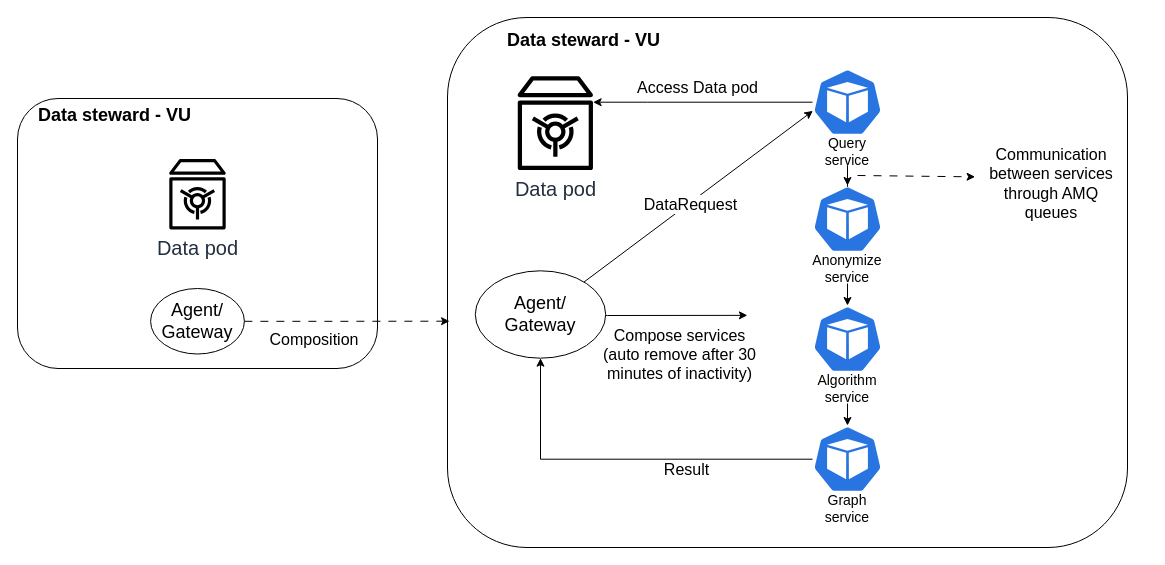
Earlier version of the draw.io diagram docs/drawio/system/System-detailed.drawio (Jorrit05/DYNAMOS). Source tidied: cells renumbered, new cells numbered last; positions are measured from the earlier drawing's top-left corner, leaving out a move shared by most shapes. Both pictures are drawn from the tidied source at 100%, with x=0, y=0 at pixel (17, 17).
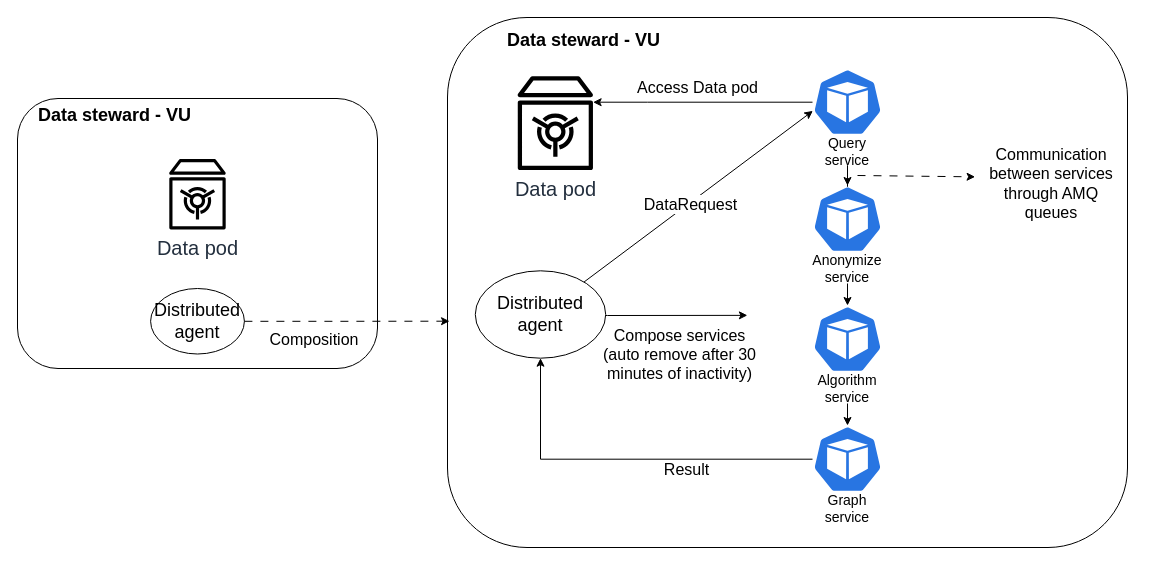
The same diagram, later.

Unchanged cells that the change refers to:
```xml
<mxCell id="2" style="group;" parent="1" vertex="1">
  <mxGeometry y="81" width="366.9" height="270" as="geometry" />
</mxCell>
<mxCell id="8" style="group;" parent="1" vertex="1">
  <mxGeometry x="430" width="700" height="530" as="geometry" />
</mxCell>
```

Change to the diagram source:
```diff
@@
-    <mxCell id="6" value="&lt;font style=&quot;font-size: 18px;&quot;&gt;Agent/&lt;br&gt;Gateway&lt;br&gt;&lt;/font&gt;" style="ellipse;whiteSpace=wrap;html=1;fontSize=18;" parent="2" vertex="1">
+    <mxCell id="6" value="&lt;font style=&quot;font-size: 18px;&quot;&gt;Distributed agent&lt;br&gt;&lt;/font&gt;" style="ellipse;whiteSpace=wrap;html=1;fontSize=18;" parent="2" vertex="1">
       <mxGeometry x="133.1" y="190" width="93.8" height="65.5" as="geometry" />
     </mxCell>
@@
-    <mxCell id="16" value="&lt;font style=&quot;font-size: 18px;&quot;&gt;Agent/&lt;br&gt;Gateway&lt;br&gt;&lt;/font&gt;" style="ellipse;whiteSpace=wrap;html=1;fontSize=18;" parent="8" vertex="1">
+    <mxCell id="16" value="&lt;font style=&quot;font-size: 18px;&quot;&gt;Distributed agent&lt;br&gt;&lt;/font&gt;" style="ellipse;whiteSpace=wrap;html=1;fontSize=18;" parent="8" vertex="1">
       <mxGeometry x="27.8" y="253.3" width="130.4" height="87.4" as="geometry" />
     </mxCell>
```
